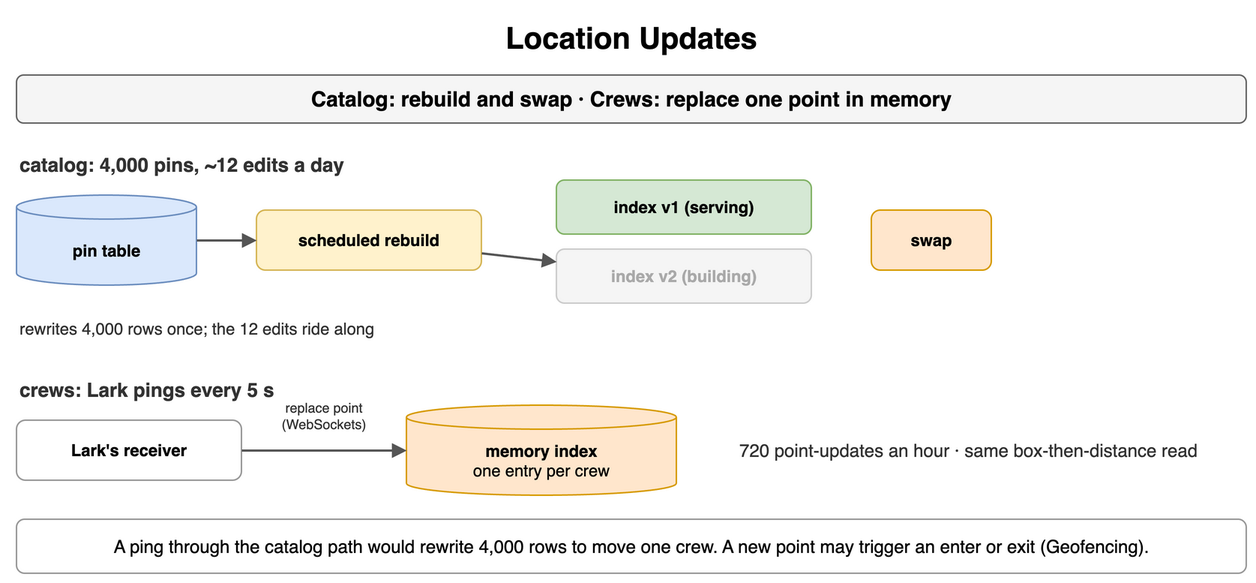
The draw.io diagram content/09_System_Design_Interview/20_Geospatial_and_Location_Based_Services/diagrams/geospatial-6-location-updates.png in amendez13/swe-study-guide, before a commit. Source tidied: cells renumbered, new cells last; positions are measured from the earlier drawing's top-left corner, leaving out a move shared by most shapes. The source it was exported from:
```xml
<mxGraphModel>
  <root>
    <mxCell id="0" />
    <mxCell id="1" parent="0" />
    <mxCell id="2" value="Location Updates" style="text;html=1;align=center;verticalAlign=middle;whiteSpace=wrap;fontSize=20;fontStyle=1;" parent="1" vertex="1">
      <mxGeometry width="820" height="30" as="geometry" />
    </mxCell>
    <mxCell id="3" value="Catalog: rebuild and swap · Crews: replace one point in memory" style="rounded=1;whiteSpace=wrap;html=1;fillColor=#f5f5f5;strokeColor=#666666;fontStyle=1;fontSize=14;" parent="1" vertex="1">
      <mxGeometry y="40" width="820" height="32" as="geometry" />
    </mxCell>
    <mxCell id="4" value="catalog: 4,000 pins, ~12 edits a day" style="text;html=1;whiteSpace=wrap;fontSize=11;align=left;verticalAlign=middle;fontSize=13;fontColor=#333333;fontStyle=1;" parent="1" vertex="1">
      <mxGeometry y="90" width="420" height="20" as="geometry" />
    </mxCell>
    <mxCell id="5" value="pin table" style="shape=cylinder3;whiteSpace=wrap;html=1;boundedLbl=1;backgroundOutline=1;size=8;fillColor=#dae8fc;strokeColor=#6c8ebf;fontStyle=1;fontSize=11;" parent="1" vertex="1">
      <mxGeometry y="120" width="120" height="60" as="geometry" />
    </mxCell>
    <mxCell id="6" value="scheduled rebuild" style="rounded=1;whiteSpace=wrap;html=1;fillColor=#fff2cc;strokeColor=#d6b656;fontSize=11;align=center;fontStyle=1;" parent="1" vertex="1">
      <mxGeometry x="160" y="130" width="150" height="40" as="geometry" />
    </mxCell>
    <mxCell id="7" value="index v1 (serving)" style="rounded=1;whiteSpace=wrap;html=1;fillColor=#d5e8d4;strokeColor=#82b366;fontSize=11;align=center;fontStyle=1;" parent="1" vertex="1">
      <mxGeometry x="360" y="110" width="170" height="36" as="geometry" />
    </mxCell>
    <mxCell id="8" value="index v2 (building)" style="rounded=1;whiteSpace=wrap;html=1;fillColor=#f5f5f5;strokeColor=#cccccc;fontSize=11;align=center;fontStyle=1;fontColor=#aaaaaa;" parent="1" vertex="1">
      <mxGeometry x="360" y="156" width="170" height="36" as="geometry" />
    </mxCell>
    <mxCell id="9" style="endArrow=block;endSize=6;html=1;strokeWidth=1.5;strokeColor=#555555;fontSize=11;labelBackgroundColor=#ffffff;" parent="1" edge="1" source="5" target="6">
      <mxGeometry relative="1" as="geometry" />
    </mxCell>
    <mxCell id="10" style="endArrow=block;endSize=6;html=1;strokeWidth=1.5;strokeColor=#555555;fontSize=11;labelBackgroundColor=#ffffff;" parent="1" edge="1" source="6" target="8">
      <mxGeometry relative="1" as="geometry" />
    </mxCell>
    <mxCell id="11" value="swap" style="rounded=1;whiteSpace=wrap;html=1;fillColor=#ffe6cc;strokeColor=#d79b00;fontSize=11;align=center;fontStyle=1;" parent="1" vertex="1">
      <mxGeometry x="570" y="130" width="80" height="40" as="geometry" />
    </mxCell>
    <mxCell id="12" value="rewrites 4,000 rows once; the 12 edits ride along" style="text;html=1;whiteSpace=wrap;fontSize=11;align=left;verticalAlign=middle;fontSize=11;fontColor=#333333;" parent="1" vertex="1">
      <mxGeometry y="200" width="520" height="18" as="geometry" />
    </mxCell>
    <mxCell id="13" value="crews: Lark pings every 5 s" style="text;html=1;whiteSpace=wrap;fontSize=11;align=left;verticalAlign=middle;fontSize=13;fontColor=#333333;fontStyle=1;" parent="1" vertex="1">
      <mxGeometry y="240" width="420" height="20" as="geometry" />
    </mxCell>
    <mxCell id="14" value="Lark's receiver" style="rounded=1;whiteSpace=wrap;html=1;fillColor=#ffffff;strokeColor=#999999;fontSize=11;align=center;fontStyle=1;" parent="1" vertex="1">
      <mxGeometry y="270" width="150" height="40" as="geometry" />
    </mxCell>
    <mxCell id="15" value="memory index&lt;br&gt;&lt;span style='font-weight:normal'&gt;one entry per crew&lt;/span&gt;" style="shape=cylinder3;whiteSpace=wrap;html=1;boundedLbl=1;backgroundOutline=1;size=8;fillColor=#ffe6cc;strokeColor=#d79b00;fontStyle=1;fontSize=11;" parent="1" vertex="1">
      <mxGeometry x="260" y="260" width="180" height="60" as="geometry" />
    </mxCell>
    <mxCell id="16" style="endArrow=block;endSize=6;html=1;strokeWidth=1.5;strokeColor=#555555;fontSize=11;labelBackgroundColor=#ffffff;" parent="1" edge="1" source="14" target="15">
      <mxGeometry relative="1" as="geometry" />
    </mxCell>
    <mxCell id="17" value="replace point (WebSockets)" style="text;html=1;whiteSpace=wrap;fontSize=11;align=center;verticalAlign=middle;fontSize=9;fontColor=#333333;" parent="1" vertex="1">
      <mxGeometry x="150" y="252" width="110" height="30" as="geometry" />
    </mxCell>
    <mxCell id="18" value="720 point-updates an hour · same box-then-distance read" style="text;html=1;whiteSpace=wrap;fontSize=11;align=left;verticalAlign=middle;fontSize=12;fontColor=#333333;" parent="1" vertex="1">
      <mxGeometry x="480" y="270" width="340" height="40" as="geometry" />
    </mxCell>
    <mxCell id="19" value="A ping through the catalog path would rewrite 4,000 rows to move one crew. A new point may trigger an enter or exit (Geofencing)." style="rounded=1;whiteSpace=wrap;html=1;fillColor=#ffffff;strokeColor=#999999;fontSize=12;align=center;" parent="1" vertex="1">
      <mxGeometry y="336" width="820" height="36" as="geometry" />
    </mxCell>
  </root>
</mxGraphModel>
```
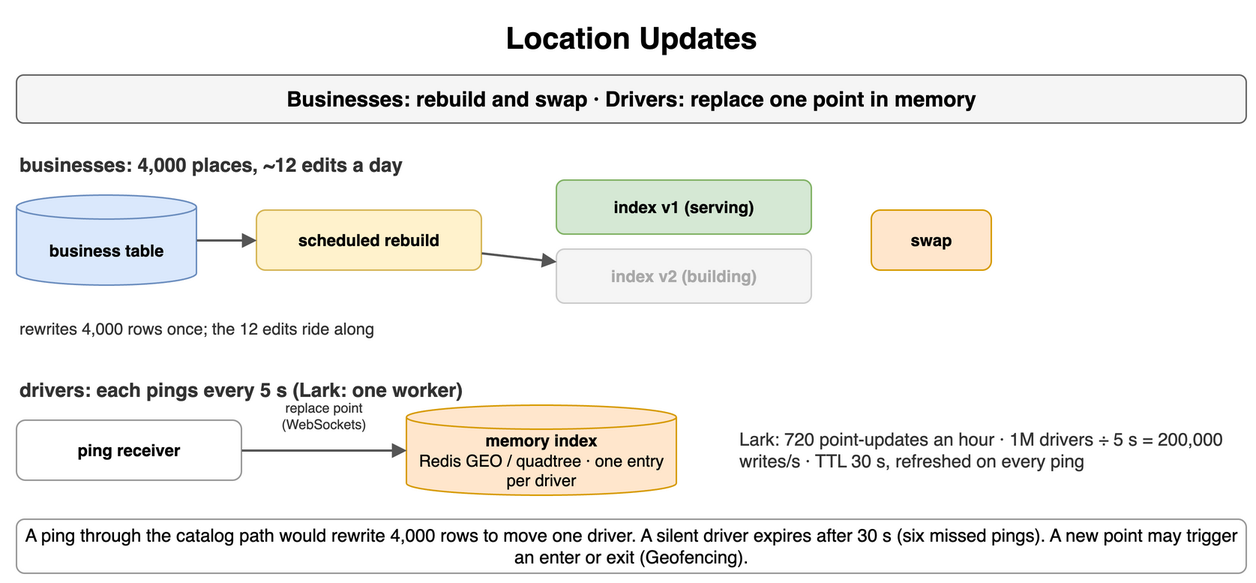
The same diagram one commit later.

Commit message:
docs(sdi): align geospatial diagrams with the plain-language cards

Change to the diagram source:
```diff
@@ -5,13 +5,13 @@
     <mxCell id="2" value="Location Updates" style="text;html=1;align=center;verticalAlign=middle;whiteSpace=wrap;fontSize=20;fontStyle=1;" parent="1" vertex="1">
       <mxGeometry width="820" height="30" as="geometry" />
     </mxCell>
-    <mxCell id="3" value="Catalog: rebuild and swap · Crews: replace one point in memory" style="rounded=1;whiteSpace=wrap;html=1;fillColor=#f5f5f5;strokeColor=#666666;fontStyle=1;fontSize=14;" parent="1" vertex="1">
+    <mxCell id="3" value="Businesses: rebuild and swap · Drivers: replace one point in memory" style="rounded=1;whiteSpace=wrap;html=1;fillColor=#f5f5f5;strokeColor=#666666;fontStyle=1;fontSize=14;" parent="1" vertex="1">
       <mxGeometry y="40" width="820" height="32" as="geometry" />
     </mxCell>
-    <mxCell id="4" value="catalog: 4,000 pins, ~12 edits a day" style="text;html=1;whiteSpace=wrap;fontSize=11;align=left;verticalAlign=middle;fontSize=13;fontColor=#333333;fontStyle=1;" parent="1" vertex="1">
+    <mxCell id="4" value="businesses: 4,000 places, ~12 edits a day" style="text;html=1;whiteSpace=wrap;fontSize=11;align=left;verticalAlign=middle;fontSize=13;fontColor=#333333;fontStyle=1;" parent="1" vertex="1">
       <mxGeometry y="90" width="420" height="20" as="geometry" />
     </mxCell>
-    <mxCell id="5" value="pin table" style="shape=cylinder3;whiteSpace=wrap;html=1;boundedLbl=1;backgroundOutline=1;size=8;fillColor=#dae8fc;strokeColor=#6c8ebf;fontStyle=1;fontSize=11;" parent="1" vertex="1">
+    <mxCell id="5" value="business table" style="shape=cylinder3;whiteSpace=wrap;html=1;boundedLbl=1;backgroundOutline=1;size=8;fillColor=#dae8fc;strokeColor=#6c8ebf;fontStyle=1;fontSize=11;" parent="1" vertex="1">
       <mxGeometry y="120" width="120" height="60" as="geometry" />
     </mxCell>
     <mxCell id="6" value="scheduled rebuild" style="rounded=1;whiteSpace=wrap;html=1;fillColor=#fff2cc;strokeColor=#d6b656;fontSize=11;align=center;fontStyle=1;" parent="1" vertex="1">
@@ -35,13 +35,13 @@
     <mxCell id="12" value="rewrites 4,000 rows once; the 12 edits ride along" style="text;html=1;whiteSpace=wrap;fontSize=11;align=left;verticalAlign=middle;fontSize=11;fontColor=#333333;" parent="1" vertex="1">
       <mxGeometry y="200" width="520" height="18" as="geometry" />
     </mxCell>
-    <mxCell id="13" value="crews: Lark pings every 5 s" style="text;html=1;whiteSpace=wrap;fontSize=11;align=left;verticalAlign=middle;fontSize=13;fontColor=#333333;fontStyle=1;" parent="1" vertex="1">
+    <mxCell id="13" value="drivers: each pings every 5 s (Lark: one worker)" style="text;html=1;whiteSpace=wrap;fontSize=11;align=left;verticalAlign=middle;fontSize=13;fontColor=#333333;fontStyle=1;" parent="1" vertex="1">
       <mxGeometry y="240" width="420" height="20" as="geometry" />
     </mxCell>
-    <mxCell id="14" value="Lark's receiver" style="rounded=1;whiteSpace=wrap;html=1;fillColor=#ffffff;strokeColor=#999999;fontSize=11;align=center;fontStyle=1;" parent="1" vertex="1">
+    <mxCell id="14" value="ping receiver" style="rounded=1;whiteSpace=wrap;html=1;fillColor=#ffffff;strokeColor=#999999;fontSize=11;align=center;fontStyle=1;" parent="1" vertex="1">
       <mxGeometry y="270" width="150" height="40" as="geometry" />
     </mxCell>
-    <mxCell id="15" value="memory index&lt;br&gt;&lt;span style='font-weight:normal'&gt;one entry per crew&lt;/span&gt;" style="shape=cylinder3;whiteSpace=wrap;html=1;boundedLbl=1;backgroundOutline=1;size=8;fillColor=#ffe6cc;strokeColor=#d79b00;fontStyle=1;fontSize=11;" parent="1" vertex="1">
+    <mxCell id="15" value="memory index&lt;br&gt;&lt;span style='font-weight:normal'&gt;Redis GEO / quadtree · one entry per driver&lt;/span&gt;" style="shape=cylinder3;whiteSpace=wrap;html=1;boundedLbl=1;backgroundOutline=1;size=8;fillColor=#ffe6cc;strokeColor=#d79b00;fontStyle=1;fontSize=11;" parent="1" vertex="1">
       <mxGeometry x="260" y="260" width="180" height="60" as="geometry" />
     </mxCell>
     <mxCell id="16" style="endArrow=block;endSize=6;html=1;strokeWidth=1.5;strokeColor=#555555;fontSize=11;labelBackgroundColor=#ffffff;" parent="1" edge="1" source="14" target="15">
@@ -50,10 +50,10 @@
     <mxCell id="17" value="replace point (WebSockets)" style="text;html=1;whiteSpace=wrap;fontSize=11;align=center;verticalAlign=middle;fontSize=9;fontColor=#333333;" parent="1" vertex="1">
       <mxGeometry x="150" y="252" width="110" height="30" as="geometry" />
     </mxCell>
-    <mxCell id="18" value="720 point-updates an hour · same box-then-distance read" style="text;html=1;whiteSpace=wrap;fontSize=11;align=left;verticalAlign=middle;fontSize=12;fontColor=#333333;" parent="1" vertex="1">
+    <mxCell id="18" value="Lark: 720 point-updates an hour · 1M drivers ÷ 5 s = 200,000 writes/s · TTL 30 s, refreshed on every ping" style="text;html=1;whiteSpace=wrap;fontSize=11;align=left;verticalAlign=middle;fontSize=12;fontColor=#333333;" parent="1" vertex="1">
       <mxGeometry x="480" y="270" width="340" height="40" as="geometry" />
     </mxCell>
-    <mxCell id="19" value="A ping through the catalog path would rewrite 4,000 rows to move one crew. A new point may trigger an enter or exit (Geofencing)." style="rounded=1;whiteSpace=wrap;html=1;fillColor=#ffffff;strokeColor=#999999;fontSize=12;align=center;" parent="1" vertex="1">
+    <mxCell id="19" value="A ping through the catalog path would rewrite 4,000 rows to move one driver. A silent driver expires after 30 s (six missed pings). A new point may trigger an enter or exit (Geofencing)." style="rounded=1;whiteSpace=wrap;html=1;fillColor=#ffffff;strokeColor=#999999;fontSize=12;align=center;" parent="1" vertex="1">
       <mxGeometry y="336" width="820" height="36" as="geometry" />
     </mxCell>
   </root>
```
